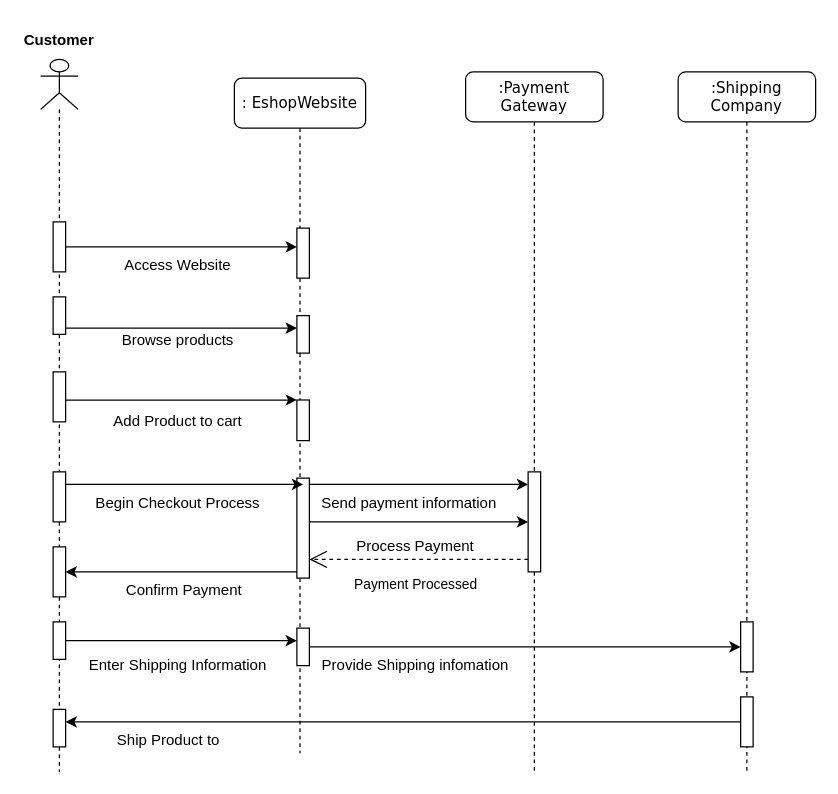
Earlier version of the draw.io diagram sequence Diagram.drawio (Arxonus/Programms). Source tidied: cells renumbered, new cells numbered last; positions are measured from the earlier drawing's top-left corner, leaving out a move shared by most shapes. Both pictures are drawn from the tidied source at 125%, with x=0, y=0 at pixel (21, 21).
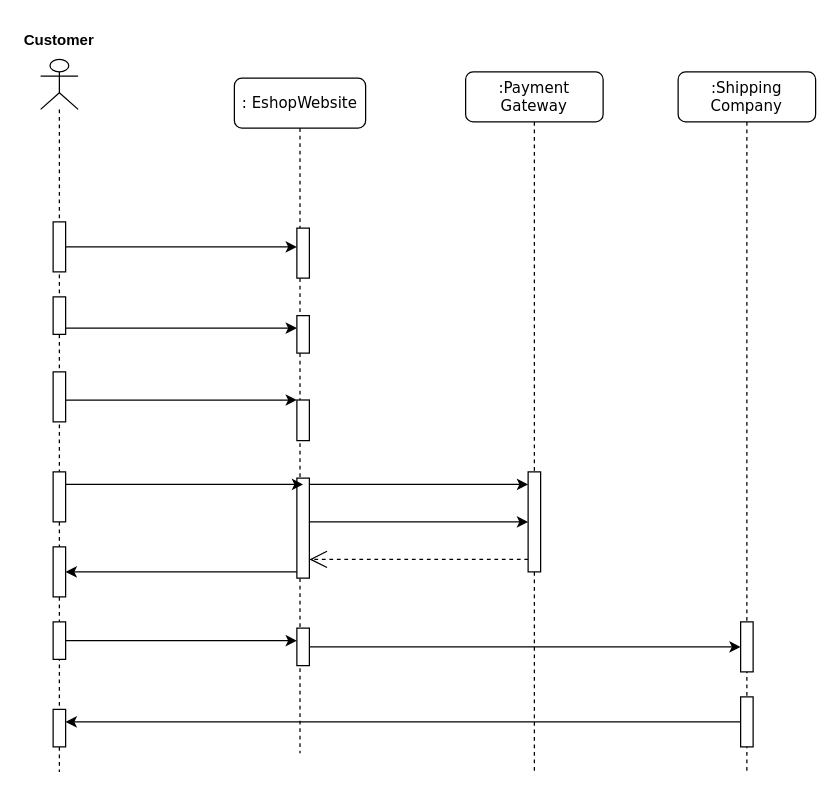
The same diagram, later.

Unchanged cells that the change refers to:
```xml
<mxCell id="6" style="html=1;points=[];perimeter=orthogonalPerimeter;outlineConnect=0;targetShapes=umlLifeline;portConstraint=eastwest;newEdgeStyle={&quot;edgeStyle&quot;:&quot;elbowEdgeStyle&quot;,&quot;elbow&quot;:&quot;vertical&quot;,&quot;curved&quot;:0,&quot;rounded&quot;:0};" parent="2" vertex="1">
  <mxGeometry x="50" y="320" width="10" height="80" as="geometry" />
</mxCell>
<mxCell id="8" value=":Payment&lt;br&gt;Gateway" style="shape=umlLifeline;perimeter=lifelinePerimeter;whiteSpace=wrap;html=1;rounded=1;shadow=0;comic=0;labelBackgroundColor=none;strokeWidth=1;fontFamily=Verdana;fontSize=12;align=center;" parent="1" vertex="1">
  <mxGeometry x="355" y="40" width="110" height="560" as="geometry" />
</mxCell>
<mxCell id="9" style="html=1;points=[];perimeter=orthogonalPerimeter;outlineConnect=0;targetShapes=umlLifeline;portConstraint=eastwest;newEdgeStyle={&quot;edgeStyle&quot;:&quot;elbowEdgeStyle&quot;,&quot;elbow&quot;:&quot;vertical&quot;,&quot;curved&quot;:0,&quot;rounded&quot;:0};" parent="8" vertex="1">
  <mxGeometry x="50" y="320" width="10" height="80" as="geometry" />
</mxCell>
<mxCell id="18" style="html=1;points=[];perimeter=orthogonalPerimeter;outlineConnect=0;targetShapes=umlLifeline;portConstraint=eastwest;newEdgeStyle={&quot;edgeStyle&quot;:&quot;elbowEdgeStyle&quot;,&quot;elbow&quot;:&quot;vertical&quot;,&quot;curved&quot;:0,&quot;rounded&quot;:0};" parent="14" vertex="1">
  <mxGeometry x="10" y="330" width="10" height="40" as="geometry" />
</mxCell>
```

Diff of the diagram source:
```diff
@@
-    <mxCell id="10" value="Send payment information" style="text;html=1;strokeColor=none;fillColor=none;align=center;verticalAlign=middle;whiteSpace=wrap;rounded=0;" parent="8" vertex="1">
-      <mxGeometry x="-130" y="330" width="170" height="30" as="geometry" />
-    </mxCell>
@@
-    <mxCell id="24" value="Access Website" style="text;html=1;strokeColor=none;fillColor=none;align=center;verticalAlign=middle;whiteSpace=wrap;rounded=0;" parent="1" vertex="1">
-      <mxGeometry x="80" y="180" width="90" height="30" as="geometry" />
-    </mxCell>
@@
-    <mxCell id="27" style="endArrow=classic;html=1;rounded=0;entryX=0;entryY=0;entryDx=0;entryDy=0;" parent="1" edge="1" source="18" target="10">
+    <mxCell id="27" style="endArrow=classic;html=1;rounded=0;entryX=0;entryY=0;entryDx=0;entryDy=0;" parent="1" edge="1" source="18">
       <mxGeometry relative="1" as="geometry">
+        <mxPoint x="225" y="370" as="targetPoint" />
         <Array as="points">
           <mxPoint x="115" y="370" />
         </Array>
       </mxGeometry>
     </mxCell>
@@
-    <mxCell id="30" value="Payment Processed" style="endArrow=open;endSize=12;dashed=1;html=1;rounded=0;" parent="1" edge="1" source="9" target="6">
+    <mxCell id="30" style="endArrow=open;endSize=12;dashed=1;html=1;rounded=0;" parent="1" edge="1" source="9" target="6">
       <mxGeometry x="0.03" y="20" relative="1" as="geometry">
         <Array as="points">
           <mxPoint x="325" y="430" />
         </Array>
       </mxGeometry>
     </mxCell>
@@
-    <mxCell id="32" value="Begin Checkout Process" style="text;html=1;strokeColor=none;fillColor=none;align=center;verticalAlign=middle;whiteSpace=wrap;rounded=0;" parent="1" vertex="1">
-      <mxGeometry x="50" y="370" width="150" height="30" as="geometry" />
-    </mxCell>
-    <mxCell id="33" value="Browse products" style="text;html=1;strokeColor=none;fillColor=none;align=center;verticalAlign=middle;whiteSpace=wrap;rounded=0;" parent="1" vertex="1">
-      <mxGeometry x="65" y="240" width="120" height="30" as="geometry" />
-    </mxCell>
-    <mxCell id="34" value="Add Product to cart" style="text;html=1;strokeColor=none;fillColor=none;align=center;verticalAlign=middle;whiteSpace=wrap;rounded=0;" parent="1" vertex="1">
-      <mxGeometry x="65" y="305" width="120" height="30" as="geometry" />
-    </mxCell>
-    <mxCell id="35" value="Confirm Payment" style="text;html=1;strokeColor=none;fillColor=none;align=center;verticalAlign=middle;whiteSpace=wrap;rounded=0;" parent="1" vertex="1">
-      <mxGeometry x="65" y="440" width="130" height="30" as="geometry" />
-    </mxCell>
@@
-    <mxCell id="37" value="Enter Shipping Information" style="text;html=1;strokeColor=none;fillColor=none;align=center;verticalAlign=middle;whiteSpace=wrap;rounded=0;" parent="1" vertex="1">
-      <mxGeometry x="45" y="500" width="160" height="30" as="geometry" />
-    </mxCell>
@@
-    <mxCell id="39" value="Ship Product to" style="text;html=1;strokeColor=none;fillColor=none;align=center;verticalAlign=middle;whiteSpace=wrap;rounded=0;" parent="1" vertex="1">
-      <mxGeometry x="60" y="560" width="115" height="30" as="geometry" />
-    </mxCell>
@@
-    <mxCell id="41" value="Process Payment" style="text;html=1;strokeColor=none;fillColor=none;align=center;verticalAlign=middle;whiteSpace=wrap;rounded=0;" parent="1" vertex="1">
-      <mxGeometry x="255" y="405" width="120" height="30" as="geometry" />
-    </mxCell>
-    <mxCell id="42" value="Provide Shipping infomation" style="text;html=1;strokeColor=none;fillColor=none;align=center;verticalAlign=middle;whiteSpace=wrap;rounded=0;" parent="1" vertex="1">
-      <mxGeometry x="235" y="500" width="160" height="30" as="geometry" />
-    </mxCell>
```
